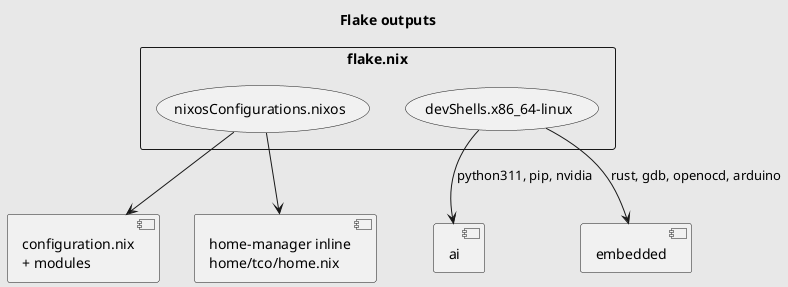
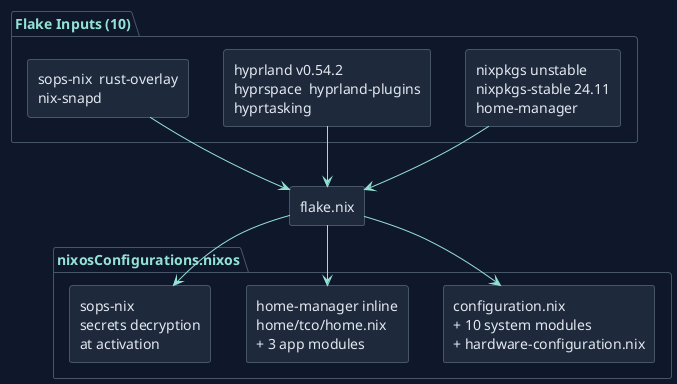
- @startuml
- title Flake outputs
+ @startuml flake-outputs
+ !theme plain
+ skinparam backgroundColor #0f172a
+ skinparam defaultFontColor #e2e8f0
+ skinparam arrowColor #94e2d5
+ skinparam borderColor #475569
+ skinparam shadowing false

- skinparam backgroundColor #E8E8E8
- 
- rectangle "flake.nix" as flake {
-   (nixosConfigurations.nixos) as nixos
-   (devShells.x86_64-linux) as shells
+ skinparam rectangle {
+   BackgroundColor #1e293b
+   BorderColor #475569
+   FontColor #e2e8f0
+ }
+ skinparam package {
+   BackgroundColor #0f172a
+   BorderColor #475569
+   FontColor #94e2d5
}

- nixos --> [configuration.nix\n+ modules]
- nixos --> [home-manager inline\nhome/tco/home.nix]
- shells --> [ai] : python311, pip, nvidia
- shells --> [embedded] : rust, gdb, openocd, arduino
+ package "Flake Inputs (10)" {
+   rectangle "nixpkgs unstable\nnixpkgs-stable 24.11\nhome-manager" as base
+   rectangle "hyprland v0.54.2\nhyprspace  hyprland-plugins\nhyprtasking" as hypr
+   rectangle "sops-nix  rust-overlay\nnix-snapd" as tools
+ }
+ 
+ rectangle "flake.nix" as flake
+ 
+ package "nixosConfigurations.nixos" {
+   rectangle "configuration.nix\n+ 10 system modules\n+ hardware-configuration.nix" as sys
+   rectangle "home-manager inline\nhome/tco/home.nix\n+ 3 app modules" as hm
+   rectangle "sops-nix\nsecrets decryption\nat activation" as sops
+ }
+ 
+ base --> flake
+ hypr --> flake
+ tools --> flake
+ flake --> sys
+ flake --> hm
+ flake --> sops

@enduml
